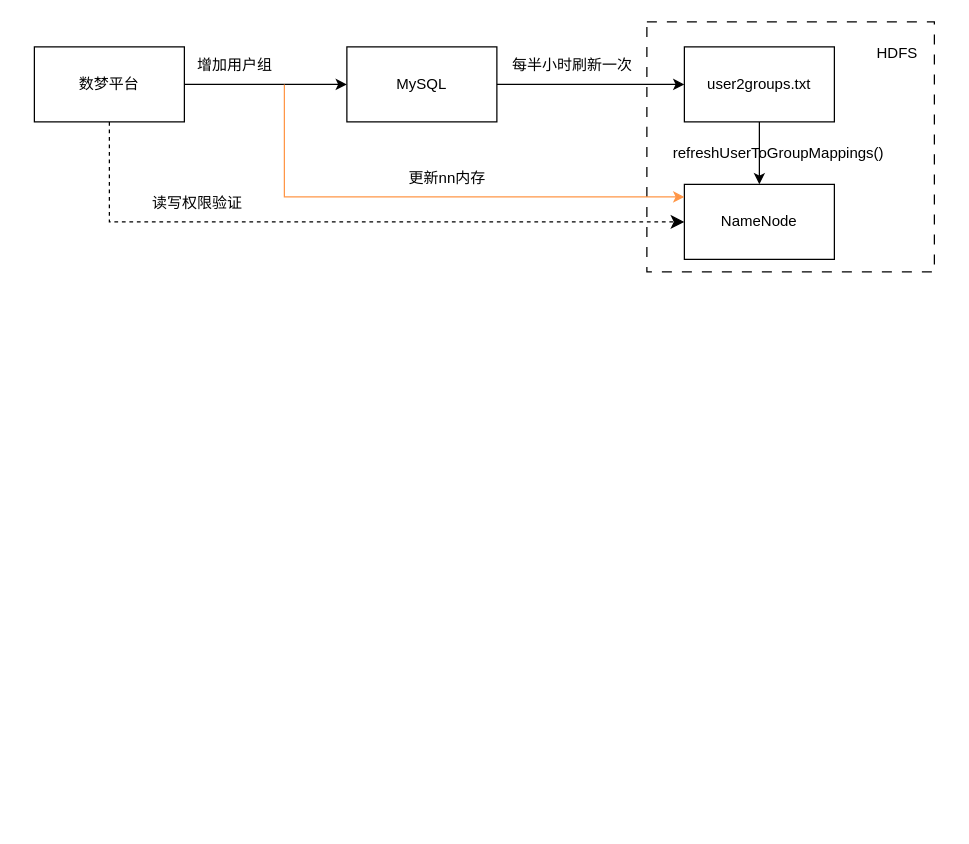
This is refeshUser2Group.drawio from wmsj2000/drawio, a draw.io file, before an edit. Source tidied: cells renumbered, new cells numbered last; positions are measured from the earlier drawing's top-left corner, leaving out a move shared by most shapes. Both pictures are drawn from the tidied source at 125%, with x=0, y=0 at pixel (34, 21).
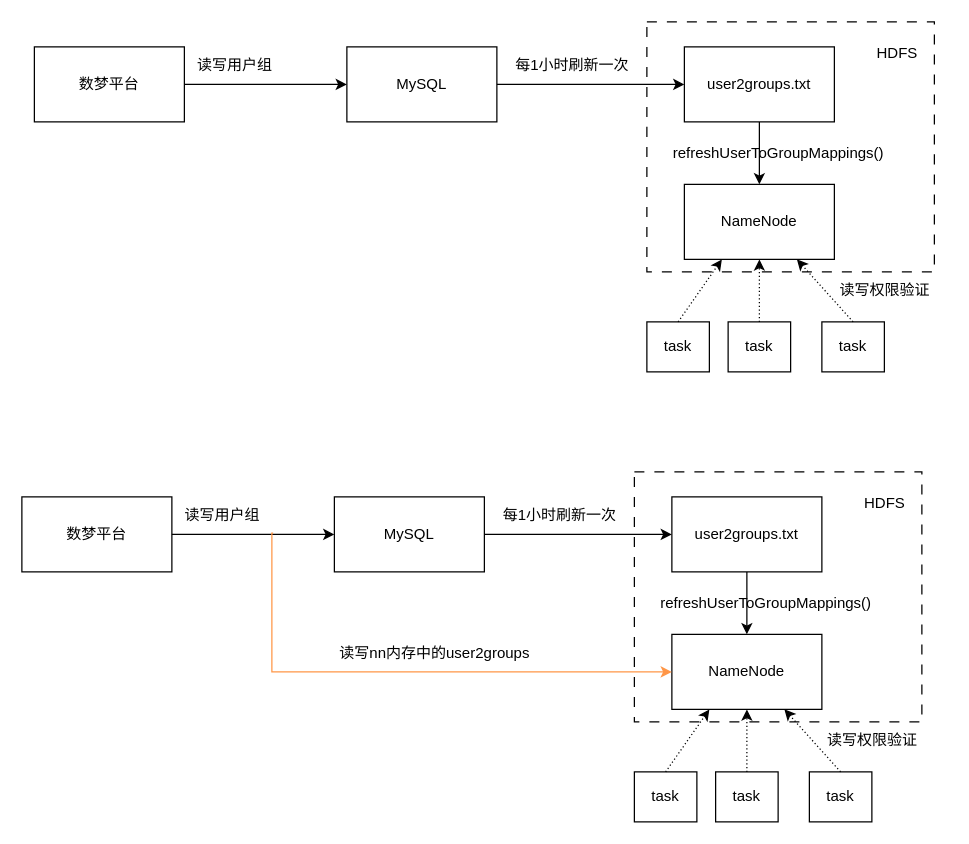
Above is the later version.

The change refers to these unchanged cells:
```xml
<mxCell id="6" value="NameNode" style="rounded=0;whiteSpace=wrap;html=1;" parent="1" vertex="1">
  <mxGeometry x="520" y="130" width="120" height="60" as="geometry" />
</mxCell>
```

The edit, as a diff of the source:
```diff
@@
-    <mxCell id="8" value="增加用户组" style="text;html=1;align=center;verticalAlign=middle;strokeColor=none;fillColor=none;" parent="1" vertex="1">
+    <mxCell id="8" value="读写用户组" style="text;html=1;align=center;verticalAlign=middle;strokeColor=none;fillColor=none;" parent="1" vertex="1">
       <mxGeometry x="120" y="20" width="80" height="30" as="geometry" />
     </mxCell>
@@
-    <mxCell id="12" value="每半小时刷新一次" style="text;html=1;align=center;verticalAlign=middle;strokeColor=none;fillColor=none;" parent="1" vertex="1">
-      <mxGeometry x="370" y="20" width="120" height="30" as="geometry" />
+    <mxCell id="12" value="每1小时刷新一次" style="text;html=1;align=center;verticalAlign=middle;strokeColor=none;fillColor=none;" parent="1" vertex="1">
+      <mxGeometry x="375" y="20" width="110" height="30" as="geometry" />
     </mxCell>
@@
-    <mxCell id="14" style="edgeStyle=segmentEdgeStyle;endArrow=classic;html=1;curved=0;rounded=0;endSize=8;startSize=8;dashed=1;" parent="1" edge="1" target="6">
-      <mxGeometry relative="1" as="geometry">
-        <mxPoint x="60" y="80" as="sourcePoint" />
-        <Array as="points">
-          <mxPoint x="60" y="160" />
-        </Array>
-      </mxGeometry>
-    </mxCell>
     <mxCell id="15" value="读写权限验证" style="text;html=1;align=center;verticalAlign=middle;strokeColor=none;fillColor=none;" parent="1" vertex="1">
-      <mxGeometry x="80" y="130" width="100" height="30" as="geometry" />
+      <mxGeometry x="630" y="200" width="100" height="30" as="geometry" />
     </mxCell>
-    <mxCell id="16" style="edgeStyle=segmentEdgeStyle;endArrow=classic;html=1;curved=0;rounded=0;strokeColor=#FF9647;" parent="1" edge="1" target="6">
-      <mxGeometry relative="1" as="geometry">
-        <mxPoint x="200" y="50" as="sourcePoint" />
-        <Array as="points">
-          <mxPoint x="200" y="140" />
-        </Array>
-      </mxGeometry>
-    </mxCell>
-    <mxCell id="17" value="更新nn内存" style="text;html=1;align=center;verticalAlign=middle;strokeColor=none;fillColor=none;" parent="1" vertex="1">
-      <mxGeometry x="290" y="110" width="80" height="30" as="geometry" />
-    </mxCell>
+    <mxCell id="18" value="task" style="rounded=0;whiteSpace=wrap;html=1;" parent="1" vertex="1">
+      <mxGeometry x="555" y="240" width="50" height="40" as="geometry" />
+    </mxCell>
+    <mxCell id="19" value="task" style="rounded=0;whiteSpace=wrap;html=1;" parent="1" vertex="1">
+      <mxGeometry x="490" y="240" width="50" height="40" as="geometry" />
+    </mxCell>
+    <mxCell id="20" style="endArrow=classic;html=1;rounded=0;entryX=0.25;entryY=1;entryDx=0;entryDy=0;exitX=0.5;exitY=0;exitDx=0;exitDy=0;dashed=1;dashPattern=1 2;" parent="1" edge="1" source="19" target="6">
+      <mxGeometry relative="1" as="geometry" />
+    </mxCell>
+    <mxCell id="21" value="task" style="rounded=0;whiteSpace=wrap;html=1;" parent="1" vertex="1">
+      <mxGeometry x="630" y="240" width="50" height="40" as="geometry" />
+    </mxCell>
+    <mxCell id="22" style="endArrow=classic;html=1;rounded=0;entryX=0.75;entryY=1;entryDx=0;entryDy=0;exitX=0.5;exitY=0;exitDx=0;exitDy=0;dashed=1;dashPattern=1 2;" parent="1" edge="1" source="21" target="6">
+      <mxGeometry relative="1" as="geometry" />
+    </mxCell>
+    <mxCell id="23" style="endArrow=classic;html=1;rounded=0;entryX=0.5;entryY=1;entryDx=0;entryDy=0;exitX=0.5;exitY=0;exitDx=0;exitDy=0;dashed=1;dashPattern=1 2;" parent="1" edge="1" source="18" target="6">
+      <mxGeometry relative="1" as="geometry" />
+    </mxCell>
+    <mxCell id="24" style="rounded=0;whiteSpace=wrap;html=1;dashed=1;dashPattern=8 8;" parent="1" vertex="1">
+      <mxGeometry x="480" y="360" width="230" height="200" as="geometry" />
+    </mxCell>
+    <mxCell id="25" value="数梦平台" style="rounded=0;whiteSpace=wrap;html=1;" parent="1" vertex="1">
+      <mxGeometry x="-10" y="380" width="120" height="60" as="geometry" />
+    </mxCell>
+    <mxCell id="26" value="MySQL" style="rounded=0;whiteSpace=wrap;html=1;" parent="1" vertex="1">
+      <mxGeometry x="240" y="380" width="120" height="60" as="geometry" />
+    </mxCell>
+    <mxCell id="27" value="user2groups.txt" style="rounded=0;whiteSpace=wrap;html=1;" parent="1" vertex="1">
+      <mxGeometry x="510" y="380" width="120" height="60" as="geometry" />
+    </mxCell>
+    <mxCell id="28" value="NameNode" style="rounded=0;whiteSpace=wrap;html=1;" parent="1" vertex="1">
+      <mxGeometry x="510" y="490" width="120" height="60" as="geometry" />
+    </mxCell>
+    <mxCell id="29" style="endArrow=classic;html=1;rounded=0;exitX=1;exitY=0.5;exitDx=0;exitDy=0;entryX=0;entryY=0.5;entryDx=0;entryDy=0;" parent="1" edge="1" source="25" target="26">
+      <mxGeometry relative="1" as="geometry" />
+    </mxCell>
+    <mxCell id="30" value="读写用户组" style="text;html=1;align=center;verticalAlign=middle;points=[];strokeColor=none;fillColor=none;" parent="1" vertex="1">
+      <mxGeometry x="110" y="380" width="80" height="30" as="geometry" />
+    </mxCell>
+    <mxCell id="31" style="endArrow=classic;html=1;rounded=0;exitX=1;exitY=0.5;exitDx=0;exitDy=0;" parent="1" edge="1" source="26" target="27">
+      <mxGeometry relative="1" as="geometry" />
+    </mxCell>
+    <mxCell id="32" style="endArrow=classic;html=1;rounded=0;exitX=0.5;exitY=1;exitDx=0;exitDy=0;" parent="1" edge="1" source="27" target="28">
+      <mxGeometry relative="1" as="geometry" />
+    </mxCell>
+    <mxCell id="33" value="refreshUserToGroupMappings()" style="text;html=1;align=center;verticalAlign=middle;strokeColor=none;fillColor=none;" parent="1" vertex="1">
+      <mxGeometry x="490" y="450" width="190" height="30" as="geometry" />
+    </mxCell>
+    <mxCell id="34" value="每1小时刷新一次" style="text;html=1;align=center;verticalAlign=middle;strokeColor=none;fillColor=none;" parent="1" vertex="1">
+      <mxGeometry x="365" y="380" width="110" height="30" as="geometry" />
+    </mxCell>
+    <mxCell id="35" value="HDFS" style="text;html=1;align=center;verticalAlign=middle;strokeColor=none;fillColor=none;" parent="1" vertex="1">
+      <mxGeometry x="650" y="370" width="60" height="30" as="geometry" />
+    </mxCell>
+    <mxCell id="36" value="读写权限验证" style="text;html=1;align=center;verticalAlign=middle;strokeColor=none;fillColor=none;" parent="1" vertex="1">
+      <mxGeometry x="620" y="560" width="100" height="30" as="geometry" />
+    </mxCell>
+    <mxCell id="37" style="edgeStyle=segmentEdgeStyle;endArrow=classic;html=1;curved=0;rounded=0;strokeColor=#FF9647;exitX=1.013;exitY=0.967;exitDx=0;exitDy=0;exitPerimeter=0;" parent="1" edge="1" source="30">
+      <mxGeometry relative="1" as="geometry">
+        <mxPoint x="510" y="520" as="targetPoint" />
+        <Array as="points">
+          <mxPoint x="190" y="409" />
+          <mxPoint x="190" y="520" />
+        </Array>
+      </mxGeometry>
+    </mxCell>
+    <mxCell id="38" value="读写nn内存中的user2groups" style="text;html=1;align=center;verticalAlign=middle;strokeColor=none;fillColor=none;" parent="1" vertex="1">
+      <mxGeometry x="230" y="490" width="180" height="30" as="geometry" />
+    </mxCell>
+    <mxCell id="39" value="task" style="rounded=0;whiteSpace=wrap;html=1;" parent="1" vertex="1">
+      <mxGeometry x="545" y="600" width="50" height="40" as="geometry" />
+    </mxCell>
+    <mxCell id="40" value="task" style="rounded=0;whiteSpace=wrap;html=1;" parent="1" vertex="1">
+      <mxGeometry x="480" y="600" width="50" height="40" as="geometry" />
+    </mxCell>
+    <mxCell id="41" style="endArrow=classic;html=1;rounded=0;entryX=0.25;entryY=1;entryDx=0;entryDy=0;exitX=0.5;exitY=0;exitDx=0;exitDy=0;dashed=1;dashPattern=1 2;" parent="1" edge="1" source="40" target="28">
+      <mxGeometry relative="1" as="geometry" />
+    </mxCell>
+    <mxCell id="42" value="task" style="rounded=0;whiteSpace=wrap;html=1;" parent="1" vertex="1">
+      <mxGeometry x="620" y="600" width="50" height="40" as="geometry" />
+    </mxCell>
+    <mxCell id="43" style="endArrow=classic;html=1;rounded=0;entryX=0.75;entryY=1;entryDx=0;entryDy=0;exitX=0.5;exitY=0;exitDx=0;exitDy=0;dashed=1;dashPattern=1 2;" parent="1" edge="1" source="42" target="28">
+      <mxGeometry relative="1" as="geometry" />
+    </mxCell>
+    <mxCell id="44" style="endArrow=classic;html=1;rounded=0;entryX=0.5;entryY=1;entryDx=0;entryDy=0;exitX=0.5;exitY=0;exitDx=0;exitDy=0;dashed=1;dashPattern=1 2;" parent="1" edge="1" source="39" target="28">
+      <mxGeometry relative="1" as="geometry" />
+    </mxCell>
```
